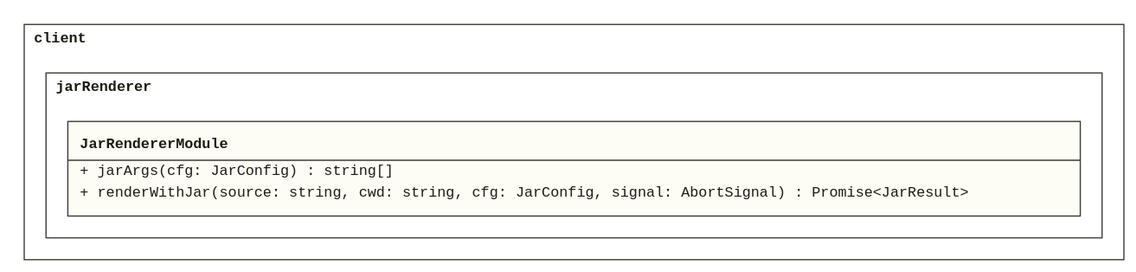
Above: doc/assets/CL_JarRenderer.svg in derivasoftware/plantuml-vscode (PlantUML), before the change. Its source is kept beside it as design/lld/client/CL_JarRenderer.puml.
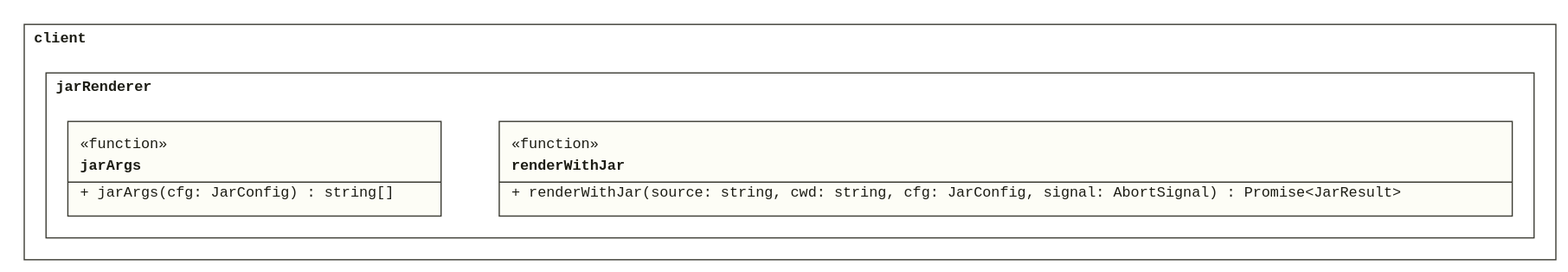
After the change.

Commit message:
Model the module functions on the function axis (BOK-00139-1)

The edit, as a diff of the source:
```diff
@@ -3,8 +3,10 @@
 !startsub JarRendererModule
 
 namespace client.jarRenderer {
-  class "<<module>>" as JarRendererModule {
+  class jarArgs <<function>> {
     + jarArgs(cfg: JarConfig) : string[]
+  }
+  class renderWithJar <<function>> {
     + renderWithJar(source: string, cwd: string, cfg: JarConfig, signal: AbortSignal) : Promise<JarResult>
   }
 }
```
